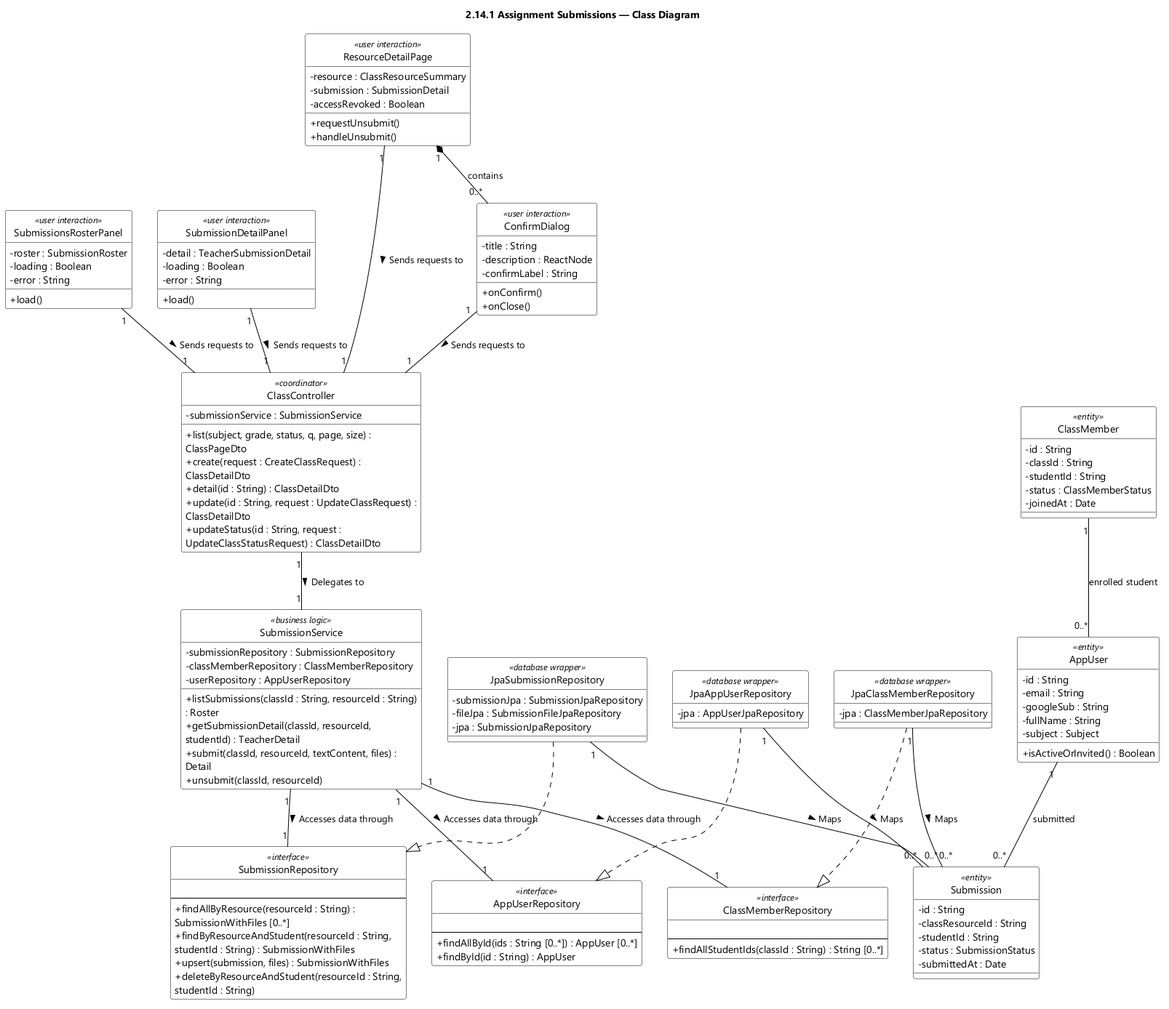
This is designs/sds-diagrams/feat14/feat14-class-diagram.png from EduA-system/EduA-system, a PlantUML export, as it was before one commit.
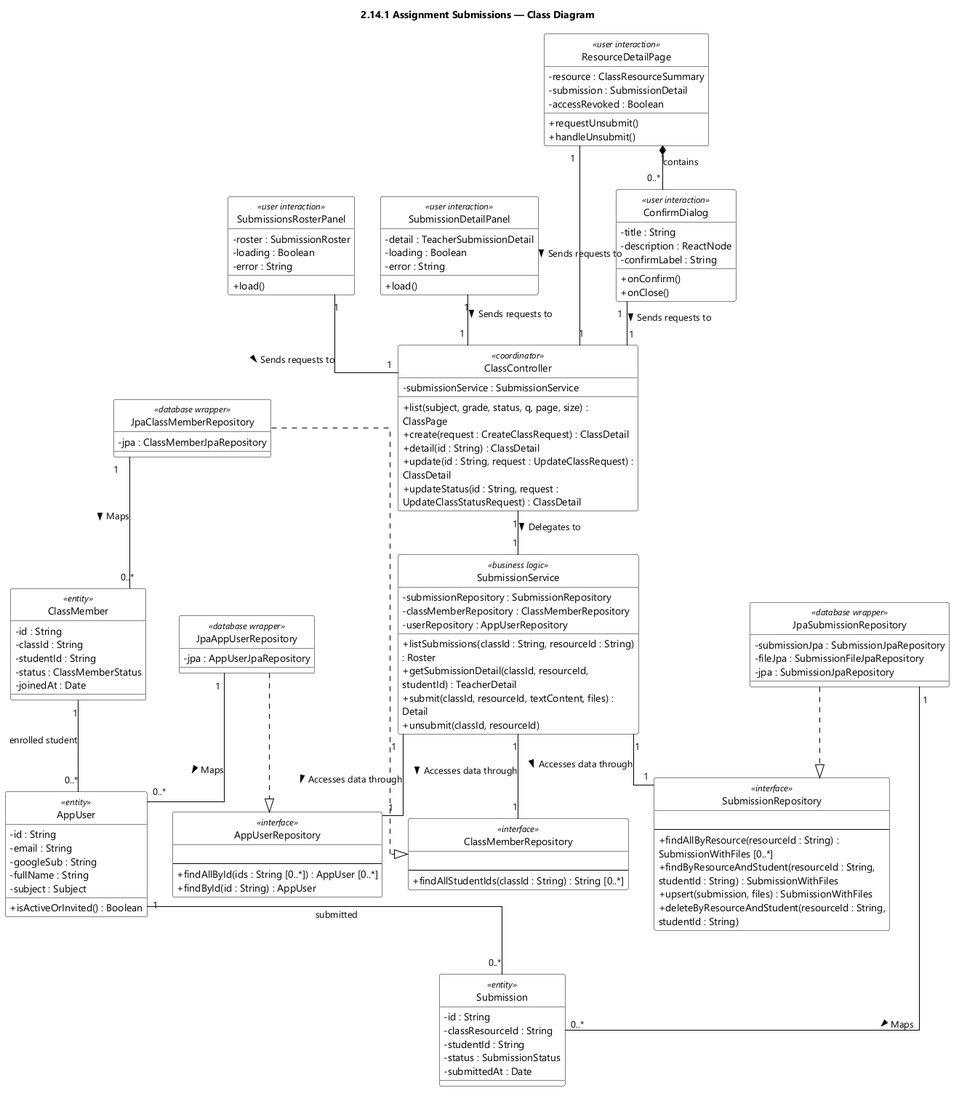
After the commit.

Change to the diagram source:
```diff
@@ -7,6 +7,7 @@
 skinparam classBorderColor #000000
 skinparam ArrowColor #000000
 skinparam classAttributeIconSize 0
+skinparam linetype ortho
 hide circle
 title 2.14.1 Assignment Submissions — Class Diagram
 class SubmissionsRosterPanel <<user interaction>> {
@@ -18,11 +19,11 @@
 
 class ClassController <<coordinator>> {
   - submissionService : SubmissionService
-  + list(subject, grade, status, q, page, size) : ClassPageDto
-  + create(request : CreateClassRequest) : ClassDetailDto
-  + detail(id : String) : ClassDetailDto
-  + update(id : String, request : UpdateClassRequest) : ClassDetailDto
-  + updateStatus(id : String, request : UpdateClassStatusRequest) : ClassDetailDto
+  + list(subject, grade, status, q, page, size) : ClassPage
+  + create(request : CreateClassRequest) : ClassDetail
+  + detail(id : String) : ClassDetail
+  + update(id : String, request : UpdateClassRequest) : ClassDetail
+  + updateStatus(id : String, request : UpdateClassStatusRequest) : ClassDetail
 }
 
 class SubmissionService <<business logic>> {
@@ -134,7 +135,7 @@
 AppUser "1" -- "0..*" Submission : submitted
 ResourceDetailPage "1" *-- "0..*" ConfirmDialog : contains
 JpaSubmissionRepository "1" -- "0..*" Submission : Maps >
-JpaClassMemberRepository "1" -- "0..*" Submission : Maps >
-JpaAppUserRepository "1" -- "0..*" Submission : Maps >
+JpaClassMemberRepository "1" -- "0..*" ClassMember : Maps >
+JpaAppUserRepository "1" -- "0..*" AppUser : Maps >
 
 @enduml
```
